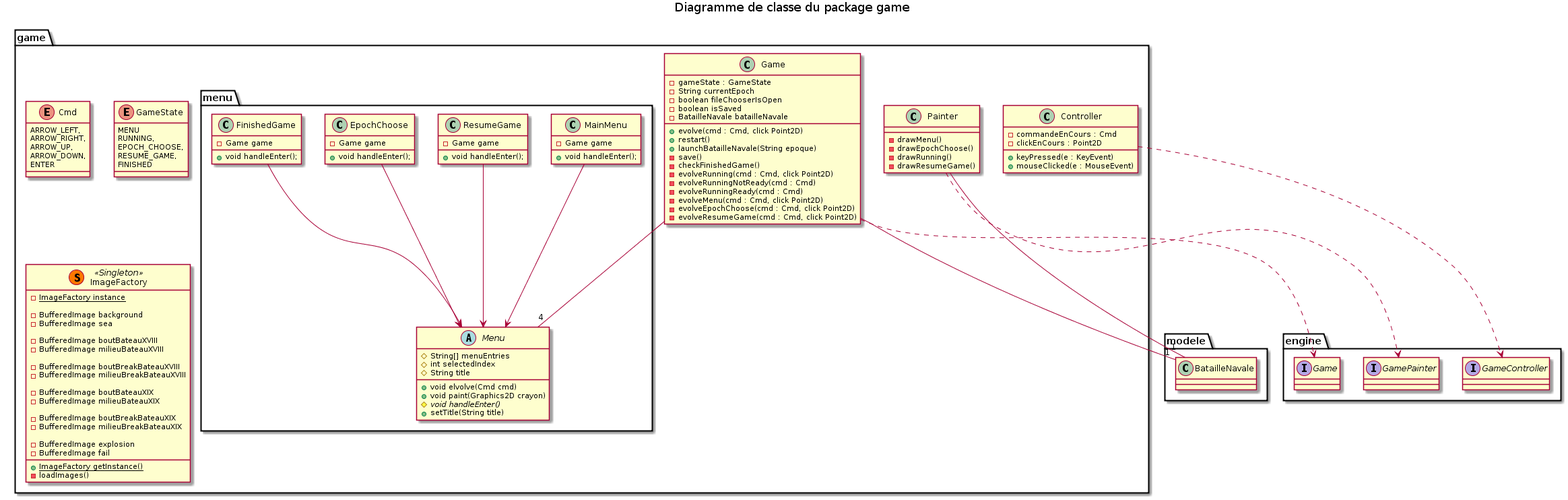
This is conception/final/diag_classe_package_game.png from AntoineCourtil/CAD2018_Laraclette, a PlantUML export, as it was before one commit. Its diagram source:
```plantuml
@startuml

title Diagramme de classe du package game

package game {

    enum Cmd {
        ARROW_LEFT,
        ARROW_RIGHT,
        ARROW_UP,
        ARROW_DOWN,
        ENTER
    }

    enum GameState {
        MENU
        RUNNING,
        EPOCH_CHOOSE,
        RESUME_GAME,
        FINISHED
    }

    class Game {
        - gameState : GameState
        - String currentEpoch
        - boolean fileChooserIsOpen
        - boolean isSaved
        - BatailleNavale batailleNavale

        + evolve(cmd : Cmd, click Point2D)
        + restart()
        + launchBatailleNavale(String epoque)
        - save()
        - checkFinishedGame()
        - evolveRunning(cmd : Cmd, click Point2D)
        - evolveRunningNotReady(cmd : Cmd)
        - evolveRunningReady(cmd : Cmd)
        - evolveMenu(cmd : Cmd, click Point2D)
        - evolveEpochChoose(cmd : Cmd, click Point2D)
        - evolveResumeGame(cmd : Cmd, click Point2D)

    }

    Game --"1" modele.BatailleNavale

    Game ..> engine.Game

    class Painter {
        - drawMenu()
        - drawEpochChoose()
        - drawRunning()
        - drawResumeGame()
    }
    Painter ..> engine.GamePainter
    Painter -- "1" modele.BatailleNavale

    class Controller {
        - commandeEnCours : Cmd
        - clickEnCours : Point2D
        + keyPressed(e : KeyEvent)
        + mouseClicked(e : MouseEvent)
    }
    Controller ..> engine.GameController

    class ImageFactory << (S,#FF7700) Singleton >>{
        - {static} ImageFactory instance

        - BufferedImage background
        - BufferedImage sea

        - BufferedImage boutBateauXVIII
        - BufferedImage milieuBateauXVIII

        - BufferedImage boutBreakBateauXVIII
        - BufferedImage milieuBreakBateauXVIII

        - BufferedImage boutBateauXIX
        - BufferedImage milieuBateauXIX

        - BufferedImage boutBreakBateauXIX
        - BufferedImage milieuBreakBateauXIX

        - BufferedImage explosion
        - BufferedImage fail

        + {static} ImageFactory getInstance()
        - loadImages()
    }

    package menu{
        class EpochChoose{
            - Game game
            + void handleEnter();
        }
        class FinishedGame{
            - Game game
            + void handleEnter();
        }
        class MainMenu{
                    - Game game
                    + void handleEnter();
        }
        class ResumeGame{
                    - Game game
                    + void handleEnter();
        }
        abstract class Menu{
            # String[] menuEntries
            # int selectedIndex
            # String title

            + void elvolve(Cmd cmd)
            + void paint(Graphics2D crayon)
            # {abstract} void handleEnter()
            + setTitle(String title)
        }

        EpochChoose --> Menu
        FinishedGame --> Menu
        MainMenu --> Menu
        ResumeGame --> Menu

    }
        Game --"4" Menu

}


package engine {
    interface GameController
    interface GamePainter
    interface Game
}

package modele {
    class BatailleNavale
}

@enduml
```
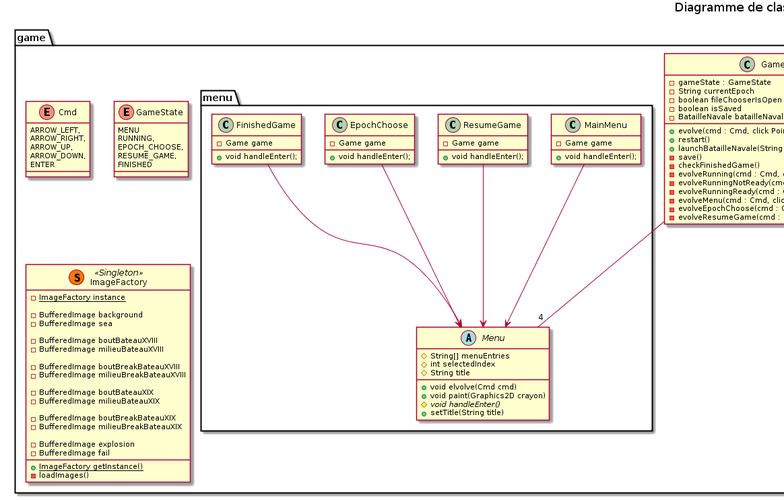
After the commit.

Change to the diagram source:
```diff
@@ -1,5 +1,8 @@
 @startuml
-
+page 2x1
+skinparam pageMargin 10
+skinparam pageExternalColor gray
+skinparam pageBorderColor black
 title Diagramme de classe du package game
 
 package game {
@@ -41,9 +44,9 @@
 
     }
 
-    Game --"1" modele.BatailleNavale
+    Game -down-"1" modele.BatailleNavale
 
-    Game ..> engine.Game
+    Game .down.> engine.Game
 
     class Painter {
         - drawMenu()
@@ -51,8 +54,8 @@
         - drawRunning()
         - drawResumeGame()
     }
-    Painter ..> engine.GamePainter
-    Painter -- "1" modele.BatailleNavale
+    Painter .down.> engine.GamePainter
+    Painter -down- "1" modele.BatailleNavale
 
     class Controller {
         - commandeEnCours : Cmd
@@ -60,7 +63,7 @@
         + keyPressed(e : KeyEvent)
         + mouseClicked(e : MouseEvent)
     }
-    Controller ..> engine.GameController
+    Controller .down.> engine.GameController
 
     class ImageFactory << (S,#FF7700) Singleton >>{
         - {static} ImageFactory instance
@@ -121,7 +124,7 @@
         ResumeGame --> Menu
 
     }
-        Game --"4" Menu
+        Game -down-"4" Menu
 
 }
 
```
